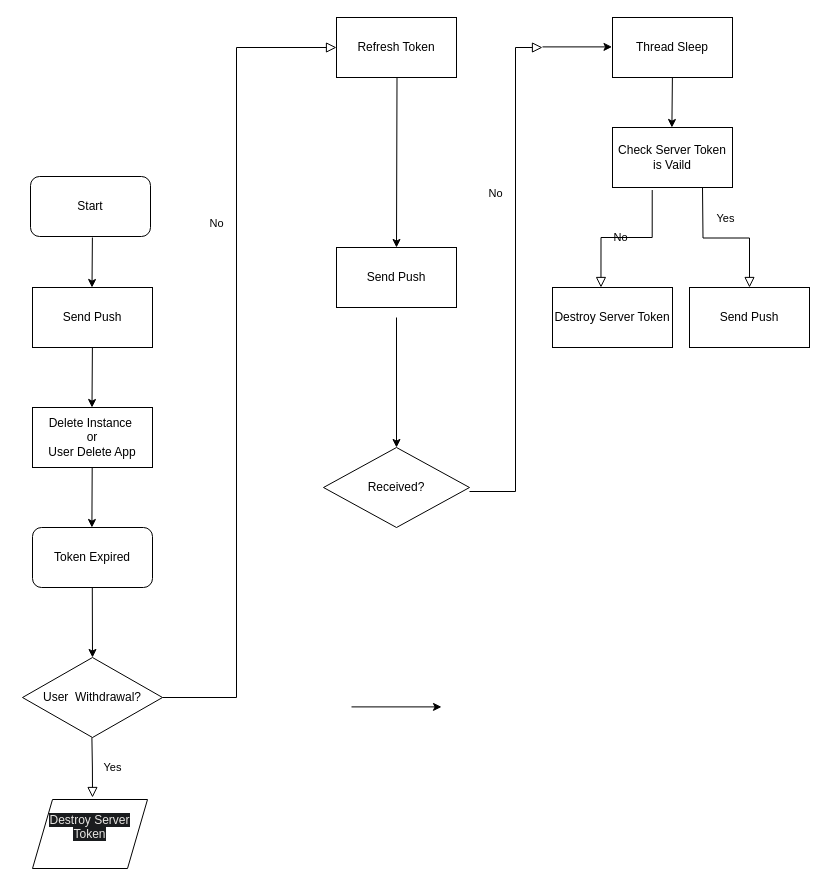
Before: FcmMessage.drawio in spacedustz/Flow-Chart, a draw.io diagram. Source tidied: cells renumbered, new cells numbered last; positions are measured from the earlier drawing's top-left corner, leaving out a move shared by most shapes. Both pictures are drawn from the tidied source at 100%, with x=0, y=0 at pixel (22, 17).
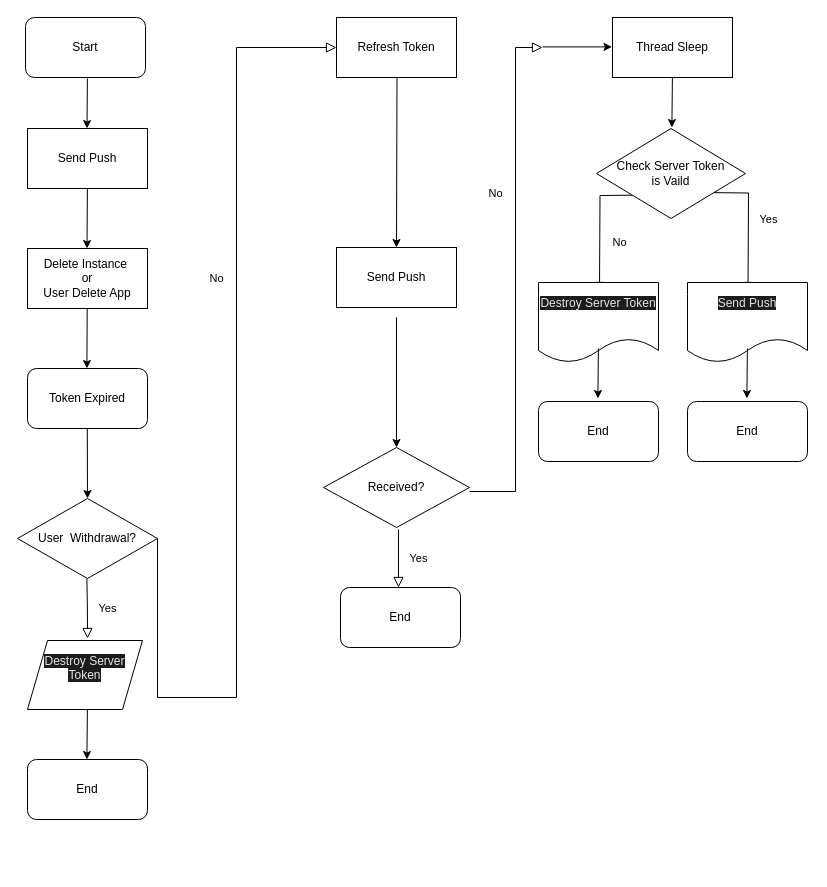
The same diagram, later.

Change to the diagram source:
```diff
@@
     <mxCell id="2" value="Start" style="rounded=1;whiteSpace=wrap;html=1;" parent="1" vertex="1">
-      <mxGeometry x="8" y="159" width="120" height="60" as="geometry" />
+      <mxGeometry x="3" width="120" height="60" as="geometry" />
     </mxCell>
     <mxCell id="3" style="endArrow=classic;html=1;rounded=0;" parent="1" edge="1">
       <mxGeometry relative="1" as="geometry">
-        <mxPoint x="69.9" y="220" as="sourcePoint" />
-        <mxPoint x="69.5" y="270" as="targetPoint" />
+        <mxPoint x="64.9" y="61" as="sourcePoint" />
+        <mxPoint x="64.5" y="111" as="targetPoint" />
       </mxGeometry>
     </mxCell>
     <mxCell id="4" value="Send Push" style="rounded=0;whiteSpace=wrap;html=1;" parent="1" vertex="1">
-      <mxGeometry x="10" y="270" width="120" height="60" as="geometry" />
+      <mxGeometry x="5" y="111" width="120" height="60" as="geometry" />
     </mxCell>
     <mxCell id="5" style="endArrow=classic;html=1;rounded=0;" parent="1" edge="1">
       <mxGeometry relative="1" as="geometry">
-        <mxPoint x="69.9" y="330" as="sourcePoint" />
-        <mxPoint x="69.5" y="390" as="targetPoint" />
+        <mxPoint x="64.9" y="171" as="sourcePoint" />
+        <mxPoint x="64.5" y="231" as="targetPoint" />
       </mxGeometry>
     </mxCell>
-    <mxCell id="6" style="endArrow=classic;html=1;rounded=0;" parent="1" edge="1">
-      <mxGeometry relative="1" as="geometry">
-        <mxPoint x="329" y="689.4" as="sourcePoint" />
-        <mxPoint x="419" y="689.4" as="targetPoint" />
-      </mxGeometry>
-    </mxCell>
     <mxCell id="7" value="Token Expired" style="rounded=1;whiteSpace=wrap;html=1;" parent="1" vertex="1">
-      <mxGeometry x="10" y="510" width="120" height="60" as="geometry" />
+      <mxGeometry x="5" y="351" width="120" height="60" as="geometry" />
     </mxCell>
     <mxCell id="8" style="endArrow=classic;html=1;rounded=0;" parent="1" edge="1">
       <mxGeometry relative="1" as="geometry">
-        <mxPoint x="69.7" y="450" as="sourcePoint" />
-        <mxPoint x="69.4" y="510" as="targetPoint" />
+        <mxPoint x="64.7" y="291" as="sourcePoint" />
+        <mxPoint x="64.4" y="351" as="targetPoint" />
       </mxGeometry>
     </mxCell>
     <mxCell id="9" value="Delete Instance&amp;nbsp;&lt;br&gt;or&lt;br&gt;User Delete App" style="rounded=0;whiteSpace=wrap;html=1;" parent="1" vertex="1">
-      <mxGeometry x="10" y="390" width="120" height="60" as="geometry" />
+      <mxGeometry x="5" y="231" width="120" height="60" as="geometry" />
     </mxCell>
@@
-    <mxCell id="20" value="Send Push" style="rounded=0;whiteSpace=wrap;html=1;" parent="1" vertex="1">
-      <mxGeometry x="667" y="270" width="120" height="60" as="geometry" />
-    </mxCell>
-    <mxCell id="21" value="Check Server Token&lt;br&gt;is Vaild" style="rounded=0;whiteSpace=wrap;html=1;" parent="1" vertex="1">
-      <mxGeometry x="590" y="110" width="120" height="60" as="geometry" />
-    </mxCell>
-    <mxCell id="22" value="Yes" style="rounded=0;html=1;jettySize=auto;fontSize=11;endArrow=block;endFill=0;endSize=8;strokeWidth=1;shadow=0;labelBackgroundColor=none;edgeStyle=orthogonalEdgeStyle;entryX=0.5;entryY=0;entryDx=0;entryDy=0;" parent="1" edge="1" target="20">
+    <mxCell id="22" value="Yes" style="rounded=0;html=1;jettySize=auto;orthogonalLoop=1;fontSize=11;endArrow=block;endFill=0;endSize=8;strokeWidth=1;shadow=0;labelBackgroundColor=none;edgeStyle=orthogonalEdgeStyle;entryX=0.5;entryY=0;entryDx=0;entryDy=0;" parent="1" edge="1">
       <mxGeometry y="20" relative="1" as="geometry">
-        <mxPoint x="680" y="170" as="sourcePoint" />
+        <mxPoint x="678.5" y="175" as="sourcePoint" />
+        <mxPoint x="725.5" y="275" as="targetPoint" />
       </mxGeometry>
     </mxCell>
-    <mxCell id="23" value="Destroy Server Token" style="rounded=0;whiteSpace=wrap;html=1;" parent="1" vertex="1">
-      <mxGeometry x="530" y="270" width="120" height="60" as="geometry" />
-    </mxCell>
-    <mxCell id="24" value="No" style="rounded=0;html=1;jettySize=auto;fontSize=11;endArrow=block;endFill=0;endSize=8;strokeWidth=1;shadow=0;labelBackgroundColor=none;edgeStyle=orthogonalEdgeStyle;entryX=0.404;entryY=0;entryDx=0;entryDy=0;entryPerimeter=0;exitX=0.331;exitY=1.042;exitDx=0;exitDy=0;exitPerimeter=0;" parent="1" edge="1" source="21" target="23">
-      <mxGeometry x="0.33" y="20" relative="1" as="geometry" />
+    <mxCell id="24" value="No" style="rounded=0;html=1;jettySize=auto;orthogonalLoop=1;fontSize=11;endArrow=block;endFill=0;endSize=8;strokeWidth=1;shadow=0;labelBackgroundColor=none;edgeStyle=orthogonalEdgeStyle;entryX=0.404;entryY=0;entryDx=0;entryDy=0;entryPerimeter=0;exitX=0.331;exitY=1.042;exitDx=0;exitDy=0;exitPerimeter=0;" parent="1" edge="1">
+      <mxGeometry x="0.33" y="20" relative="1" as="geometry">
+        <mxPoint x="628.2" y="177.5" as="sourcePoint" />
+        <mxPoint x="577" y="275" as="targetPoint" />
+      </mxGeometry>
     </mxCell>
     <mxCell id="25" style="endArrow=classic;html=1;rounded=0;entryX=0.5;entryY=0;entryDx=0;entryDy=0;" parent="1" edge="1" target="26">
       <mxGeometry relative="1" as="geometry">
-        <mxPoint x="69.8" y="570" as="sourcePoint" />
+        <mxPoint x="64.8" y="411" as="sourcePoint" />
       </mxGeometry>
     </mxCell>
     <mxCell id="26" value="User&amp;nbsp; Withdrawal?" style="rhombus;whiteSpace=wrap;html=1;" parent="1" vertex="1">
-      <mxGeometry y="640" width="140" height="80" as="geometry" />
+      <mxGeometry x="-5" y="481" width="140" height="80" as="geometry" />
     </mxCell>
     <mxCell id="27" value="Yes" style="rounded=0;html=1;jettySize=auto;orthogonalLoop=1;fontSize=11;endArrow=block;endFill=0;endSize=8;strokeWidth=1;shadow=0;labelBackgroundColor=none;edgeStyle=orthogonalEdgeStyle;entryX=0.5;entryY=0;entryDx=0;entryDy=0;" parent="1" edge="1">
       <mxGeometry y="20" relative="1" as="geometry">
-        <mxPoint x="69.4" y="720" as="sourcePoint" />
-        <mxPoint x="70" y="780" as="targetPoint" />
+        <mxPoint x="64.4" y="561" as="sourcePoint" />
+        <mxPoint x="65" y="621" as="targetPoint" />
       </mxGeometry>
     </mxCell>
     <mxCell id="28" value="&#10;&lt;span style=&quot;color: rgb(232, 230, 227); font-family: Helvetica; font-size: 12px; font-style: normal; font-variant-ligatures: normal; font-variant-caps: normal; font-weight: 400; letter-spacing: normal; orphans: 2; text-align: center; text-indent: 0px; text-transform: none; widows: 2; word-spacing: 0px; -webkit-text-stroke-width: 0px; background-color: rgb(26, 28, 30); text-decoration-thickness: initial; text-decoration-style: initial; text-decoration-color: initial; float: none; display: inline !important;&quot;&gt;Destroy Server Token&lt;/span&gt;&#10;&#10;" style="shape=parallelogram;perimeter=parallelogramPerimeter;whiteSpace=wrap;html=1;fixedSize=1;" parent="1" vertex="1">
-      <mxGeometry x="10" y="782" width="115" height="69" as="geometry" />
+      <mxGeometry x="5" y="623" width="115" height="69" as="geometry" />
     </mxCell>
+    <mxCell id="21" value="Check Server Token&lt;br style=&quot;border-color: var(--darkreader-border--border-color); --darkreader-inline-border:var(--darkreader-border--darkreader-border--border-color);&quot;&gt;is Vaild" style="rhombus;whiteSpace=wrap;html=1;" parent="1" vertex="1">
+      <mxGeometry x="574" y="111" width="149" height="90" as="geometry" />
+    </mxCell>
+    <mxCell id="23" value="&#10;&lt;span style=&quot;color: rgb(232, 230, 227); font-family: Helvetica; font-size: 12px; font-style: normal; font-variant-ligatures: normal; font-variant-caps: normal; font-weight: 400; letter-spacing: normal; orphans: 2; text-align: center; text-indent: 0px; text-transform: none; widows: 2; word-spacing: 0px; -webkit-text-stroke-width: 0px; background-color: rgb(26, 28, 30); text-decoration-thickness: initial; text-decoration-style: initial; text-decoration-color: initial; float: none; display: inline !important;&quot;&gt;Destroy Server Token&lt;/span&gt;&#10;&#10;" style="shape=document;whiteSpace=wrap;html=1;boundedLbl=1;" parent="1" vertex="1">
+      <mxGeometry x="516" y="265" width="120" height="80" as="geometry" />
+    </mxCell>
+    <mxCell id="20" value="&#10;&lt;span style=&quot;color: rgb(232, 230, 227); font-family: Helvetica; font-size: 12px; font-style: normal; font-variant-ligatures: normal; font-variant-caps: normal; font-weight: 400; letter-spacing: normal; orphans: 2; text-align: center; text-indent: 0px; text-transform: none; widows: 2; word-spacing: 0px; -webkit-text-stroke-width: 0px; background-color: rgb(26, 28, 30); text-decoration-thickness: initial; text-decoration-style: initial; text-decoration-color: initial; float: none; display: inline !important;&quot;&gt;Send Push&lt;/span&gt;&#10;&#10;" style="shape=document;whiteSpace=wrap;html=1;boundedLbl=1;" parent="1" vertex="1">
+      <mxGeometry x="665" y="265" width="120" height="80" as="geometry" />
+    </mxCell>
+    <mxCell id="29" value="Yes" style="rounded=0;html=1;jettySize=auto;orthogonalLoop=1;fontSize=11;endArrow=block;endFill=0;endSize=8;strokeWidth=1;shadow=0;labelBackgroundColor=none;edgeStyle=orthogonalEdgeStyle;" parent="1" edge="1">
+      <mxGeometry y="20" relative="1" as="geometry">
+        <mxPoint x="376" y="512" as="sourcePoint" />
+        <mxPoint x="376" y="570" as="targetPoint" />
+      </mxGeometry>
+    </mxCell>
+    <mxCell id="30" value="End" style="rounded=1;whiteSpace=wrap;html=1;" parent="1" vertex="1">
+      <mxGeometry x="318" y="570" width="120" height="60" as="geometry" />
+    </mxCell>
+    <mxCell id="31" style="endArrow=classic;html=1;rounded=0;" parent="1" edge="1">
+      <mxGeometry relative="1" as="geometry">
+        <mxPoint x="64.9" y="692" as="sourcePoint" />
+        <mxPoint x="64.4" y="742" as="targetPoint" />
+      </mxGeometry>
+    </mxCell>
+    <mxCell id="32" value="End" style="rounded=1;whiteSpace=wrap;html=1;" parent="1" vertex="1">
+      <mxGeometry x="5" y="742" width="120" height="60" as="geometry" />
+    </mxCell>
+    <mxCell id="33" style="endArrow=classic;html=1;rounded=0;" parent="1" edge="1">
+      <mxGeometry relative="1" as="geometry">
+        <mxPoint x="575.9" y="331" as="sourcePoint" />
+        <mxPoint x="575.4" y="381" as="targetPoint" />
+      </mxGeometry>
+    </mxCell>
+    <mxCell id="34" style="endArrow=classic;html=1;rounded=0;" parent="1" edge="1">
+      <mxGeometry relative="1" as="geometry">
+        <mxPoint x="724.9" y="331" as="sourcePoint" />
+        <mxPoint x="724.4" y="381" as="targetPoint" />
+      </mxGeometry>
+    </mxCell>
+    <mxCell id="35" value="End" style="rounded=1;whiteSpace=wrap;html=1;" parent="1" vertex="1">
+      <mxGeometry x="516" y="384" width="120" height="60" as="geometry" />
+    </mxCell>
+    <mxCell id="36" value="End" style="rounded=1;whiteSpace=wrap;html=1;" parent="1" vertex="1">
+      <mxGeometry x="665" y="384" width="120" height="60" as="geometry" />
+    </mxCell>
```
